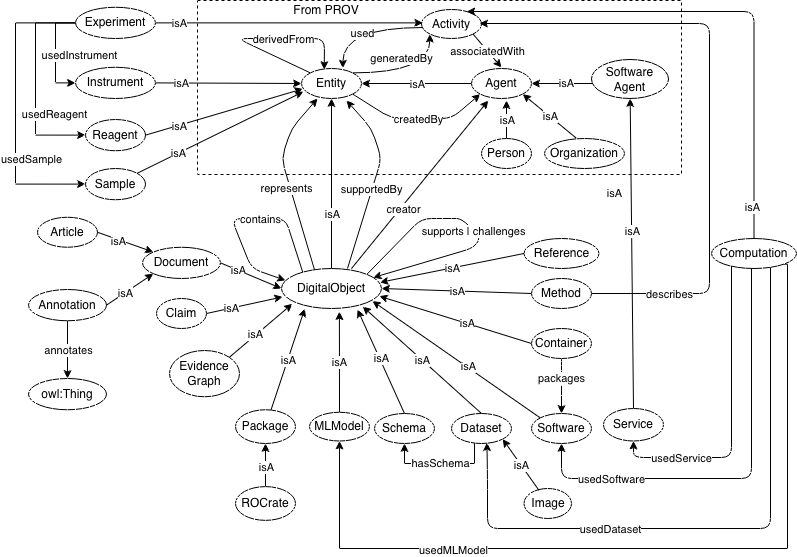
Above: resources/images/v14/EVI-v-1-4.png in fairscape/EVI (draw.io), before the change. Source tidied: cells renumbered, new cells last; positions are measured from the earlier drawing's top-left corner, leaving out a move shared by most shapes.
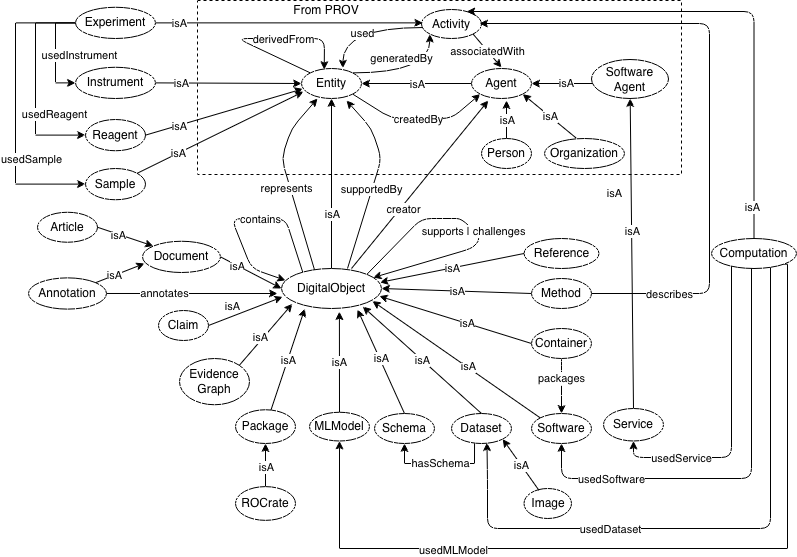
The same diagram one commit later.

Change to the diagram source:
```diff
@@ -160,7 +160,7 @@
       </mxGeometry>
     </mxCell>
     <mxCell id="34" value="Evidence&lt;div&gt;Graph&lt;/div&gt;" style="ellipse;whiteSpace=wrap;html=1;" parent="1" vertex="1">
-      <mxGeometry x="154" y="350" width="70" height="46.2" as="geometry" />
+      <mxGeometry x="164" y="358" width="70" height="46.2" as="geometry" />
     </mxCell>
     <mxCell id="35" value="MLModel" style="ellipse;whiteSpace=wrap;html=1;" parent="1" vertex="1">
       <mxGeometry x="294" y="411.8" width="60" height="28.8" as="geometry" />
@@ -360,7 +360,7 @@
       <mxGeometry relative="1" as="geometry" />
     </mxCell>
     <mxCell id="82" value="Claim" style="ellipse;whiteSpace=wrap;html=1;fillColor=none;strokeColor=#000000;" parent="1" vertex="1">
-      <mxGeometry x="141" y="298" width="50" height="30" as="geometry" />
+      <mxGeometry x="143" y="310" width="50" height="30" as="geometry" />
     </mxCell>
     <mxCell id="83" value="Schema" style="ellipse;whiteSpace=wrap;html=1;fillColor=none;strokeColor=#000000;" parent="1" vertex="1">
       <mxGeometry x="359" y="413" width="60" height="30" as="geometry" />
@@ -410,7 +410,7 @@
       <mxGeometry x="-0.25" y="-1" relative="1" as="geometry" />
     </mxCell>
     <mxCell id="96" value="Article" style="ellipse;whiteSpace=wrap;html=1;fillColor=none;strokeColor=#000000;" parent="1" vertex="1">
-      <mxGeometry x="22" y="216.8" width="60" height="30" as="geometry" />
+      <mxGeometry x="22" y="211.8" width="60" height="30" as="geometry" />
     </mxCell>
     <mxCell id="97" style="edgeStyle=orthogonalEdgeStyle;rounded=0;jettySize=auto;html=1;exitX=0.5;exitY=0;exitDx=0;exitDy=0;entryX=0.5;entryY=1;entryDx=0;entryDy=0;" parent="1" edge="1" source="99" target="36">
       <mxGeometry relative="1" as="geometry" />
@@ -506,25 +506,26 @@
       </mxGeometry>
     </mxCell>
     <mxCell id="120" value="Document" style="ellipse;whiteSpace=wrap;html=1;fillColor=none;" parent="1" vertex="1">
-      <mxGeometry x="127" y="246.8" width="78" height="31.2" as="geometry" />
+      <mxGeometry x="127" y="240.8" width="78" height="31.2" as="geometry" />
     </mxCell>
-    <mxCell id="121" style="rounded=0;jettySize=auto;html=1;exitX=1;exitY=0.5;exitDx=0;exitDy=0;entryX=0;entryY=1;entryDx=0;entryDy=0;" parent="1" edge="1" source="125" target="120">
+    <mxCell id="121" style="rounded=0;jettySize=auto;html=1;exitX=1;exitY=0;exitDx=0;exitDy=0;entryX=0.026;entryY=0.712;entryDx=0;entryDy=0;entryPerimeter=0;" parent="1" edge="1" source="125" target="120">
       <mxGeometry relative="1" as="geometry" />
     </mxCell>
     <mxCell id="122" value="isA" style="edgeLabel;html=1;align=center;verticalAlign=middle;" parent="121" vertex="1">
       <mxGeometry x="-0.22" relative="1" as="geometry" />
     </mxCell>
-    <mxCell id="123" style="rounded=0;jettySize=auto;html=1;exitX=0.5;exitY=1;exitDx=0;exitDy=0;entryX=0.5;entryY=0;entryDx=0;entryDy=0;" parent="1" edge="1" source="125" target="126">
-      <mxGeometry relative="1" as="geometry" />
-    </mxCell>
+    <mxCell id="127" style="edgeStyle=none;rounded=0;jettySize=auto;html=1;exitX=1;exitY=0.5;exitDx=0;exitDy=0;" parent="1" edge="1" source="125">
+      <mxGeometry relative="1" as="geometry">
+        <mxPoint x="262" y="293" as="targetPoint" />
+      </mxGeometry>
+    </mxCell>
-    <mxCell id="124" value="annotates" style="edgeLabel;html=1;align=center;verticalAlign=middle;" parent="123" vertex="1">
-      <mxGeometry x="0.02" relative="1" as="geometry" />
+    <mxCell id="124" value="annotates" style="edgeLabel;html=1;align=center;verticalAlign=middle;" parent="127" vertex="1">
+      <mxGeometry x="-0.32" y="-1" relative="1" as="geometry">
+        <mxPoint y="-1" as="offset" />
+      </mxGeometry>
     </mxCell>
     <mxCell id="125" value="Annotation" style="ellipse;whiteSpace=wrap;html=1;fillColor=none;" parent="1" vertex="1">
-      <mxGeometry x="13" y="289" width="78" height="31.2" as="geometry" />
+      <mxGeometry x="13" y="277.4" width="78" height="31.2" as="geometry" />
     </mxCell>
-    <mxCell id="126" value="owl:Thing" style="ellipse;whiteSpace=wrap;html=1;fillColor=none;" parent="1" vertex="1">
-      <mxGeometry x="13" y="378" width="78" height="31.2" as="geometry" />
-    </mxCell>
   </root>
 </mxGraphModel>
```
